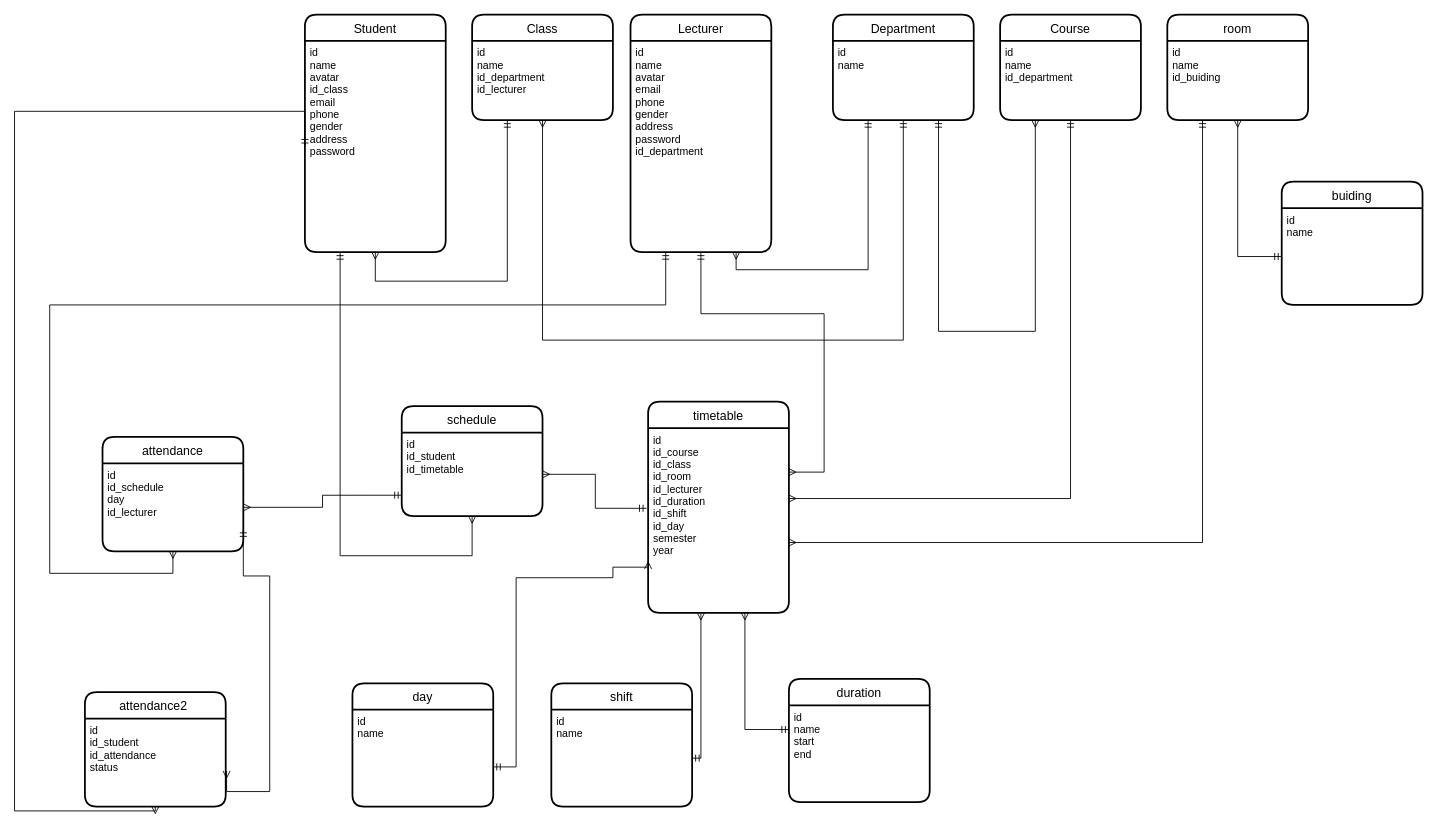
Earlier version of the draw.io diagram document/doan2.drawio (buiviet666/phan_mem_diem_danh_j2teamnnl). Source tidied: cells renumbered, new cells numbered last; positions are measured from the earlier drawing's top-left corner, leaving out a move shared by most shapes. Both pictures are drawn from the tidied source at 88%, with x=0, y=0 at pixel (14, 14).
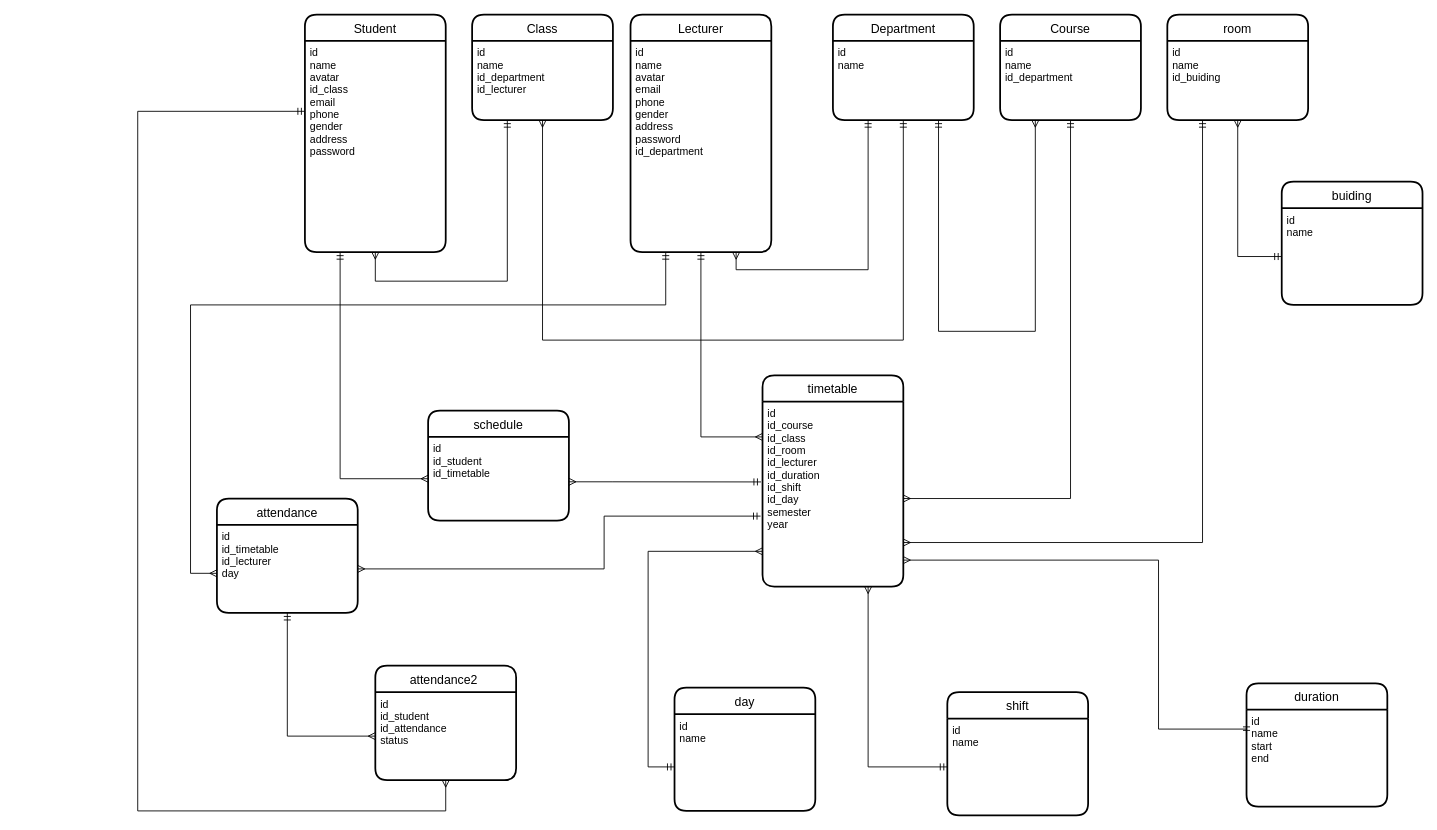
Above is the later version.

The change refers to these unchanged cells:
```xml
<mxCell id="3" value="id&#10;name&#10;avatar&#10;id_class&#10;email &#10;phone&#10;gender&#10;address&#10;password&#10;" style="align=left;strokeColor=none;fillColor=none;spacingLeft=4;fontSize=12;verticalAlign=top;" parent="2" vertex="1">
  <mxGeometry y="30" width="160" height="240" as="geometry" />
</mxCell>
<mxCell id="11" value="id&#10;id_course&#10;id_class&#10;id_room&#10;id_lecturer&#10;id_duration&#10;id_shift&#10;id_day&#10;semester&#10;year&#10;" style="align=left;strokeColor=none;fillColor=none;spacingLeft=4;fontSize=12;verticalAlign=top;" parent="10" vertex="1">
  <mxGeometry y="30" width="160" height="210" as="geometry" />
</mxCell>
<mxCell id="19" value="id&#10;name&#10;" style="align=left;strokeColor=none;fillColor=none;spacingLeft=4;fontSize=12;verticalAlign=top;" parent="18" vertex="1">
  <mxGeometry y="30" width="160" height="110" as="geometry" />
</mxCell>
<mxCell id="21" value="id&#10;name&#10;start&#10;end     &#10;" style="align=left;strokeColor=none;fillColor=none;spacingLeft=4;fontSize=12;verticalAlign=top;" parent="20" vertex="1">
  <mxGeometry y="30" width="160" height="110" as="geometry" />
</mxCell>
<mxCell id="24" value="id&#10;name&#10;avatar&#10;email&#10;phone&#10;gender&#10;address&#10;password&#10;id_department" style="align=left;strokeColor=none;fillColor=none;spacingLeft=4;fontSize=12;verticalAlign=top;" parent="23" vertex="1">
  <mxGeometry y="30" width="160" height="240" as="geometry" />
</mxCell>
<mxCell id="33" value="id&#10;id_student&#10;id_timetable" style="align=left;strokeColor=none;fillColor=none;spacingLeft=4;fontSize=12;verticalAlign=top;" parent="32" vertex="1">
  <mxGeometry y="30" width="160" height="95" as="geometry" />
</mxCell>
<mxCell id="37" value="id&#10;name&#10;" style="align=left;strokeColor=none;fillColor=none;spacingLeft=4;fontSize=12;verticalAlign=top;" parent="36" vertex="1">
  <mxGeometry y="30" width="160" height="110" as="geometry" />
</mxCell>
<mxCell id="42" value="id&#10;id_student&#10;id_attendance&#10;status" style="align=left;strokeColor=none;fillColor=none;spacingLeft=4;fontSize=12;verticalAlign=top;" parent="41" vertex="1">
  <mxGeometry y="30" width="160" height="100" as="geometry" />
</mxCell>
```

Diff of the diagram source:
```diff
@@
     <mxCell id="9" style="edgeStyle=orthogonalEdgeStyle;rounded=0;jettySize=auto;html=1;entryX=0;entryY=0.25;entryDx=0;entryDy=0;startArrow=ERmany;startFill=0;endArrow=ERmandOne;endFill=0;" parent="1" edge="1" source="10" target="21">
       <mxGeometry relative="1" as="geometry">
         <Array as="points">
-          <mxPoint x="830" y="813" />
+          <mxPoint x="1300" y="620" />
+          <mxPoint x="1300" y="812" />
+          <mxPoint x="1400" y="812" />
         </Array>
       </mxGeometry>
     </mxCell>
     <mxCell id="10" value="timetable" style="swimlane;horizontal=1;startSize=30;rounded=1;fontSize=14;fontStyle=0;strokeWidth=2;shadow=0;dashed=0;align=center;" parent="1" vertex="1">
-      <mxGeometry x="720" y="440" width="160" height="240" as="geometry" />
+      <mxGeometry x="850" y="410" width="160" height="240" as="geometry" />
     </mxCell>
@@
     <mxCell id="18" value="shift" style="swimlane;horizontal=1;startSize=30;rounded=1;fontSize=14;fontStyle=0;strokeWidth=2;shadow=0;dashed=0;align=center;" parent="1" vertex="1">
-      <mxGeometry x="610" y="760" width="160" height="140" as="geometry" />
+      <mxGeometry x="1060" y="770" width="160" height="140" as="geometry" />
     </mxCell>
@@
     <mxCell id="20" value="duration" style="swimlane;horizontal=1;startSize=30;rounded=1;fontSize=14;fontStyle=0;strokeWidth=2;shadow=0;dashed=0;align=center;" parent="1" vertex="1">
-      <mxGeometry x="880" y="755" width="160" height="140" as="geometry" />
+      <mxGeometry x="1400" y="760" width="160" height="140" as="geometry" />
     </mxCell>
@@
     <mxCell id="27" style="edgeStyle=orthogonalEdgeStyle;rounded=0;jettySize=auto;html=1;startArrow=ERmany;startFill=0;endArrow=ERmandOne;endFill=0;entryX=0.5;entryY=1;entryDx=0;entryDy=0;" parent="1" edge="1" source="11" target="24">
       <mxGeometry relative="1" as="geometry">
         <Array as="points">
-          <mxPoint x="920" y="520" />
-          <mxPoint x="920" y="340" />
-          <mxPoint x="780" y="340" />
+          <mxPoint x="780" y="480" />
         </Array>
       </mxGeometry>
     </mxCell>
@@
-    <mxCell id="31" style="edgeStyle=orthogonalEdgeStyle;rounded=0;jettySize=auto;html=1;entryX=1;entryY=0.5;entryDx=0;entryDy=0;startArrow=ERmany;startFill=0;endArrow=ERmandOne;endFill=0;" parent="1" edge="1" source="11" target="19">
+    <mxCell id="31" style="edgeStyle=orthogonalEdgeStyle;rounded=0;jettySize=auto;html=1;startArrow=ERmany;startFill=0;endArrow=ERmandOne;endFill=0;entryX=0;entryY=0.5;entryDx=0;entryDy=0;" parent="1" edge="1" source="11" target="19">
       <mxGeometry relative="1" as="geometry">
         <Array as="points">
-          <mxPoint x="780" y="845" />
+          <mxPoint x="970" y="855" />
         </Array>
       </mxGeometry>
     </mxCell>
     <mxCell id="32" value="schedule" style="swimlane;horizontal=1;startSize=30;rounded=1;fontSize=14;fontStyle=0;strokeWidth=2;shadow=0;dashed=0;align=center;" parent="1" vertex="1">
-      <mxGeometry x="440" y="445" width="160" height="125" as="geometry" />
+      <mxGeometry x="470" y="450" width="160" height="125" as="geometry" />
     </mxCell>
@@
     <mxCell id="34" style="edgeStyle=orthogonalEdgeStyle;rounded=0;jettySize=auto;html=1;startArrow=ERmany;startFill=0;endArrow=ERmandOne;endFill=0;entryX=-0.011;entryY=0.434;entryDx=0;entryDy=0;entryPerimeter=0;" parent="1" edge="1" source="33" target="11">
-      <mxGeometry relative="1" as="geometry" />
+      <mxGeometry relative="1" as="geometry">
+        <Array as="points">
+          <mxPoint x="680" y="531" />
+          <mxPoint x="680" y="531" />
+        </Array>
+      </mxGeometry>
     </mxCell>
-    <mxCell id="35" style="edgeStyle=orthogonalEdgeStyle;rounded=0;jettySize=auto;html=1;entryX=0.25;entryY=1;entryDx=0;entryDy=0;startArrow=ERmany;startFill=0;endArrow=ERmandOne;endFill=0;" parent="1" edge="1" source="33" target="3">
+    <mxCell id="35" style="edgeStyle=orthogonalEdgeStyle;rounded=0;jettySize=auto;html=1;entryX=0.25;entryY=1;entryDx=0;entryDy=0;startArrow=ERmany;startFill=0;endArrow=ERmandOne;endFill=0;exitX=0;exitY=0.5;exitDx=0;exitDy=0;" parent="1" edge="1" source="33" target="3">
       <mxGeometry relative="1" as="geometry">
         <Array as="points">
-          <mxPoint x="370" y="615" />
+          <mxPoint x="370" y="528" />
         </Array>
       </mxGeometry>
     </mxCell>
     <mxCell id="36" value="day" style="swimlane;horizontal=1;startSize=30;rounded=1;fontSize=14;fontStyle=0;strokeWidth=2;shadow=0;dashed=0;align=center;" parent="1" vertex="1">
-      <mxGeometry x="384" y="760" width="160" height="140" as="geometry" />
+      <mxGeometry x="750" y="765" width="160" height="140" as="geometry" />
     </mxCell>
@@
     <mxCell id="38" style="edgeStyle=orthogonalEdgeStyle;rounded=0;jettySize=auto;html=1;startArrow=ERmandOne;startFill=0;endArrow=ERmany;endFill=0;" parent="1" edge="1" source="37">
       <mxGeometry relative="1" as="geometry">
-        <mxPoint x="720" y="630" as="targetPoint" />
+        <mxPoint x="850" y="610" as="targetPoint" />
         <Array as="points">
-          <mxPoint x="570" y="855" />
-          <mxPoint x="570" y="640" />
-          <mxPoint x="680" y="640" />
-          <mxPoint x="680" y="628" />
-          <mxPoint x="720" y="628" />
+          <mxPoint x="720" y="855" />
+          <mxPoint x="720" y="610" />
         </Array>
       </mxGeometry>
     </mxCell>
     <mxCell id="39" value="attendance" style="swimlane;horizontal=1;startSize=30;rounded=1;fontSize=14;fontStyle=0;strokeWidth=2;shadow=0;dashed=0;align=center;" parent="1" vertex="1">
-      <mxGeometry x="100" y="480" width="160" height="130" as="geometry" />
+      <mxGeometry x="230" y="550" width="160" height="130" as="geometry" />
     </mxCell>
-    <mxCell id="40" value="id&#10;id_schedule&#10;day&#10;id_lecturer" style="align=left;strokeColor=none;fillColor=none;spacingLeft=4;fontSize=12;verticalAlign=top;" parent="39" vertex="1">
+    <mxCell id="40" value="id&#10;id_timetable&#10;id_lecturer&#10;day&#10;" style="align=left;strokeColor=none;fillColor=none;spacingLeft=4;fontSize=12;verticalAlign=top;" parent="39" vertex="1">
       <mxGeometry y="30" width="160" height="100" as="geometry" />
     </mxCell>
     <mxCell id="41" value="attendance2 " style="swimlane;horizontal=1;startSize=30;rounded=1;fontSize=14;fontStyle=0;strokeWidth=2;shadow=0;dashed=0;align=center;" parent="1" vertex="1">
-      <mxGeometry x="80" y="770" width="160" height="130" as="geometry" />
+      <mxGeometry x="410" y="740" width="160" height="130" as="geometry" />
     </mxCell>
@@
-    <mxCell id="43" style="edgeStyle=orthogonalEdgeStyle;rounded=0;jettySize=auto;html=1;entryX=0;entryY=0.75;entryDx=0;entryDy=0;startArrow=ERmany;startFill=0;endArrow=ERmandOne;endFill=0;" parent="1" edge="1" source="40" target="33">
-      <mxGeometry relative="1" as="geometry" />
+    <mxCell id="43" style="edgeStyle=orthogonalEdgeStyle;rounded=0;jettySize=auto;html=1;entryX=-0.014;entryY=0.619;entryDx=0;entryDy=0;startArrow=ERmany;startFill=0;endArrow=ERmandOne;endFill=0;entryPerimeter=0;" parent="1" edge="1" source="40" target="11">
+      <mxGeometry relative="1" as="geometry">
+        <Array as="points">
+          <mxPoint x="670" y="630" />
+          <mxPoint x="670" y="570" />
+        </Array>
+      </mxGeometry>
     </mxCell>
-    <mxCell id="44" style="edgeStyle=orthogonalEdgeStyle;rounded=0;jettySize=auto;html=1;startArrow=ERmandOne;startFill=0;endArrow=ERmany;endFill=0;exitX=1;exitY=0.75;exitDx=0;exitDy=0;entryX=1.006;entryY=0.596;entryDx=0;entryDy=0;entryPerimeter=0;" parent="1" edge="1" source="40" target="42">
+    <mxCell id="44" style="edgeStyle=orthogonalEdgeStyle;rounded=0;jettySize=auto;html=1;startArrow=ERmandOne;startFill=0;endArrow=ERmany;endFill=0;exitX=0.5;exitY=1;exitDx=0;exitDy=0;entryX=0;entryY=0.5;entryDx=0;entryDy=0;" parent="1" edge="1" source="40" target="42">
       <mxGeometry relative="1" as="geometry">
         <Array as="points">
-          <mxPoint x="290" y="638" />
-          <mxPoint x="290" y="883" />
+          <mxPoint x="310" y="820" />
         </Array>
       </mxGeometry>
     </mxCell>
     <mxCell id="45" style="edgeStyle=orthogonalEdgeStyle;rounded=0;jettySize=auto;html=1;entryX=0.25;entryY=1;entryDx=0;entryDy=0;startArrow=ERmany;startFill=0;endArrow=ERmandOne;endFill=0;" parent="1" edge="1" source="40" target="24">
       <mxGeometry relative="1" as="geometry">
         <Array as="points">
-          <mxPoint x="40" y="635" />
-          <mxPoint x="40" y="330" />
+          <mxPoint x="200" y="635" />
+          <mxPoint x="200" y="330" />
           <mxPoint x="740" y="330" />
         </Array>
       </mxGeometry>
     </mxCell>
-    <mxCell id="46" style="edgeStyle=orthogonalEdgeStyle;rounded=0;jettySize=auto;html=1;entryX=0;entryY=0.5;entryDx=0;entryDy=0;startArrow=ERmany;startFill=0;endArrow=ERmandOne;endFill=0;" parent="1" edge="1" source="42" target="3">
+    <mxCell id="46" style="edgeStyle=orthogonalEdgeStyle;rounded=0;jettySize=auto;html=1;startArrow=ERmany;startFill=0;endArrow=ERmandOne;endFill=0;" parent="1" edge="1" source="42">
       <mxGeometry relative="1" as="geometry">
+        <mxPoint x="330" y="110" as="targetPoint" />
         <Array as="points">
-          <mxPoint y="905" />
-          <mxPoint y="110" />
+          <mxPoint x="490" y="905" />
+          <mxPoint x="140" y="905" />
+          <mxPoint x="140" y="110" />
+          <mxPoint x="330" y="110" />
         </Array>
       </mxGeometry>
     </mxCell>
```
